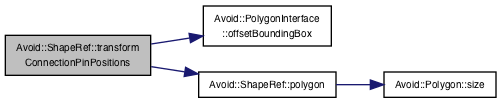
Above: documentation/classAvoid_1_1ShapeRef_a27cc39cd041b6358705481f1f00066bf_cgraph.png in mjwybrow/adaptagrams (Graphviz), before the change. Its source is kept beside it as documentation/classAvoid_1_1ShapeRef_a27cc39cd041b6358705481f1f00066bf_cgraph.dot.
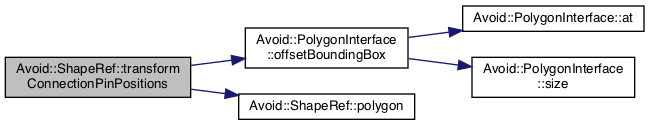
The same file after the commit.

Diff of the diagram source:
```diff
@@ -3,11 +3,13 @@
   edge [fontname="Helvetica",fontsize="10",labelfontname="Helvetica",labelfontsize="10"];
   node [fontname="Helvetica",fontsize="10",shape=record];
   rankdir="LR";
-  Node17 [label="Avoid::ShapeRef::transform\lConnectionPinPositions",height=0.2,width=0.4,color="black", fillcolor="grey75", style="filled", fontcolor="black"];
-  Node17 -> Node18 [color="midnightblue",fontsize="10",style="solid",fontname="Helvetica"];
-  Node18 [label="Avoid::PolygonInterface\l::offsetBoundingBox",height=0.2,width=0.4,color="black", fillcolor="white", style="filled",URL="$classAvoid_1_1PolygonInterface.html#af10740857ee9fd5f9dedfb71a9b42630",tooltip="Returns the bounding rectangle that contains this polygon with optionally some buffer space around it..."];
-  Node17 -> Node19 [color="midnightblue",fontsize="10",style="solid",fontname="Helvetica"];
-  Node19 [label="Avoid::ShapeRef::polygon",height=0.2,width=0.4,color="black", fillcolor="white", style="filled",URL="$classAvoid_1_1ShapeRef.html#aa0a5e8382c7674933e09207bc6e47564",tooltip="Returns a reference to the polygon boundary of this shape. "];
-  Node19 -> Node20 [color="midnightblue",fontsize="10",style="solid",fontname="Helvetica"];
-  Node20 [label="Avoid::Polygon::size",height=0.2,width=0.4,color="black", fillcolor="white", style="filled",URL="$classAvoid_1_1Polygon.html#a2f9e9c8c78407eefbde944e663d9711e",tooltip="Returns the number of points in this polygon. "];
+  Node10 [label="Avoid::ShapeRef::transform\lConnectionPinPositions",height=0.2,width=0.4,color="black", fillcolor="grey75", style="filled", fontcolor="black"];
+  Node10 -> Node11 [color="midnightblue",fontsize="10",style="solid",fontname="Helvetica"];
+  Node11 [label="Avoid::PolygonInterface\l::offsetBoundingBox",height=0.2,width=0.4,color="black", fillcolor="white", style="filled",URL="$classAvoid_1_1PolygonInterface.html#af10740857ee9fd5f9dedfb71a9b42630",tooltip="Returns the bounding rectangle that contains this polygon with optionally some buffer space around it..."];
+  Node11 -> Node12 [color="midnightblue",fontsize="10",style="solid",fontname="Helvetica"];
+  Node12 [label="Avoid::PolygonInterface::at",height=0.2,width=0.4,color="black", fillcolor="white", style="filled",URL="$classAvoid_1_1PolygonInterface.html#ad85cc8c5e376b8b01ca37e9684b4de71",tooltip="Returns a specific point in the polygon. "];
+  Node11 -> Node13 [color="midnightblue",fontsize="10",style="solid",fontname="Helvetica"];
+  Node13 [label="Avoid::PolygonInterface\l::size",height=0.2,width=0.4,color="black", fillcolor="white", style="filled",URL="$classAvoid_1_1PolygonInterface.html#ac9ce0706613e5870e5e7136d147673f6",tooltip="Returns the number of points in this polygon. "];
+  Node10 -> Node14 [color="midnightblue",fontsize="10",style="solid",fontname="Helvetica"];
+  Node14 [label="Avoid::ShapeRef::polygon",height=0.2,width=0.4,color="black", fillcolor="white", style="filled",URL="$classAvoid_1_1ShapeRef.html#aa0a5e8382c7674933e09207bc6e47564",tooltip="Returns a reference to the polygon boundary of this shape. "];
 }
```
